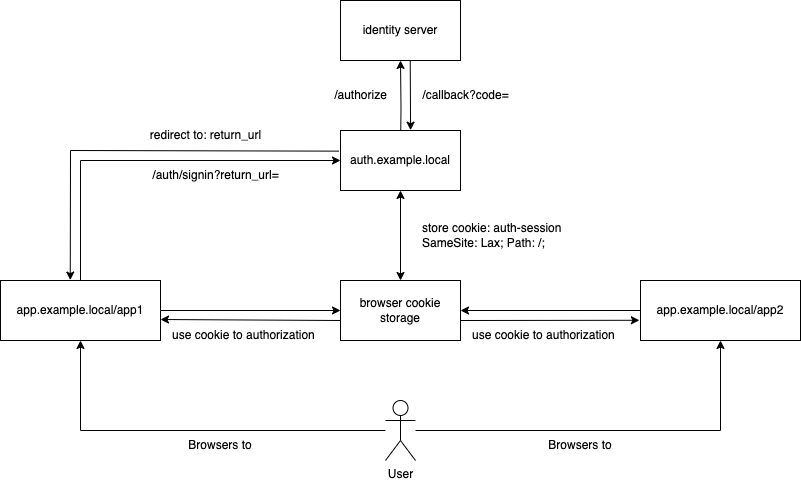
The draw.io diagram docs/authentication.drawio.png in quochuydev/next-multiple-oidc-sessions, before a commit. Source tidied: cells renumbered, new cells last; positions are measured from the earlier drawing's top-left corner, leaving out a move shared by most shapes. Its diagram source:
```xml
<mxGraphModel>
  <root>
    <mxCell id="0" />
    <mxCell id="1" parent="0" />
    <mxCell id="2" value="app.example.local/app2" style="rounded=0;whiteSpace=wrap;html=1;" parent="1" vertex="1">
      <mxGeometry x="640" y="280" width="160" height="60" as="geometry" />
    </mxCell>
    <mxCell id="3" style="edgeStyle=orthogonalEdgeStyle;rounded=0;jettySize=auto;html=1;entryX=0.5;entryY=1;entryDx=0;entryDy=0;" parent="1" edge="1" target="4">
      <mxGeometry relative="1" as="geometry">
        <mxPoint x="400" y="155" as="sourcePoint" />
      </mxGeometry>
    </mxCell>
    <mxCell id="4" value="identity server" style="rounded=0;whiteSpace=wrap;html=1;" parent="1" vertex="1">
      <mxGeometry x="340" width="120" height="60" as="geometry" />
    </mxCell>
    <mxCell id="5" value="redirect to: return_url" style="text;html=1;align=center;verticalAlign=middle;strokeColor=none;fillColor=none;" parent="1" vertex="1">
      <mxGeometry x="140" y="120" width="130" height="30" as="geometry" />
    </mxCell>
    <mxCell id="6" value="/authorize" style="text;html=1;align=center;verticalAlign=middle;strokeColor=none;fillColor=none;" parent="1" vertex="1">
      <mxGeometry x="320" y="80" width="80" height="30" as="geometry" />
    </mxCell>
    <mxCell id="7" style="edgeStyle=orthogonalEdgeStyle;rounded=0;jettySize=auto;html=1;entryX=0.5;entryY=1;entryDx=0;entryDy=0;" parent="1" edge="1" source="9" target="16">
      <mxGeometry relative="1" as="geometry" />
    </mxCell>
    <mxCell id="8" style="edgeStyle=orthogonalEdgeStyle;rounded=0;jettySize=auto;html=1;entryX=0.5;entryY=1;entryDx=0;entryDy=0;" parent="1" edge="1" source="9" target="2">
      <mxGeometry relative="1" as="geometry" />
    </mxCell>
    <mxCell id="9" value="User" style="shape=umlActor;verticalLabelPosition=bottom;verticalAlign=top;html=1;outlineConnect=0;" parent="1" vertex="1">
      <mxGeometry x="385" y="400" width="30" height="60" as="geometry" />
    </mxCell>
    <mxCell id="10" value="/callback?code=" style="text;html=1;align=center;verticalAlign=middle;strokeColor=none;fillColor=none;" parent="1" vertex="1">
      <mxGeometry x="410" y="80" width="110" height="30" as="geometry" />
    </mxCell>
    <mxCell id="11" value="store cookie: auth-session&lt;br&gt;SameSite: Lax; Path: /;" style="text;html=1;align=left;verticalAlign=middle;strokeColor=none;fillColor=none;" parent="1" vertex="1">
      <mxGeometry x="420" y="215" width="160" height="40" as="geometry" />
    </mxCell>
    <mxCell id="12" style="endArrow=classic;html=1;rounded=0;entryX=0.584;entryY=-0.005;entryDx=0;entryDy=0;entryPerimeter=0;exitX=0.581;exitY=0.992;exitDx=0;exitDy=0;exitPerimeter=0;" parent="1" edge="1" source="4" target="14">
      <mxGeometry relative="1" as="geometry" />
    </mxCell>
    <mxCell id="13" value="browser cookie storage" style="rounded=0;whiteSpace=wrap;html=1;" parent="1" vertex="1">
      <mxGeometry x="340" y="280" width="120" height="60" as="geometry" />
    </mxCell>
    <mxCell id="14" value="auth.example.local" style="rounded=0;whiteSpace=wrap;html=1;" parent="1" vertex="1">
      <mxGeometry x="340" y="130" width="120" height="60" as="geometry" />
    </mxCell>
    <mxCell id="15" style="endArrow=classic;html=1;rounded=0;exitX=-0.014;exitY=0.344;exitDx=0;exitDy=0;exitPerimeter=0;entryX=0.436;entryY=-0.007;entryDx=0;entryDy=0;entryPerimeter=0;" parent="1" edge="1" source="14" target="16">
      <mxGeometry relative="1" as="geometry">
        <Array as="points">
          <mxPoint x="70" y="150" />
        </Array>
      </mxGeometry>
    </mxCell>
    <mxCell id="16" value="app.example.local/app1" style="rounded=0;whiteSpace=wrap;html=1;" parent="1" vertex="1">
      <mxGeometry y="280" width="160" height="60" as="geometry" />
    </mxCell>
    <mxCell id="17" style="endArrow=classic;html=1;rounded=0;exitX=0.5;exitY=0;exitDx=0;exitDy=0;entryX=0;entryY=0.5;entryDx=0;entryDy=0;" parent="1" edge="1" source="16" target="14">
      <mxGeometry relative="1" as="geometry">
        <Array as="points">
          <mxPoint x="80" y="160" />
        </Array>
      </mxGeometry>
    </mxCell>
    <mxCell id="18" style="endArrow=classic;startArrow=classic;html=1;rounded=0;entryX=0.5;entryY=1;entryDx=0;entryDy=0;exitX=0.5;exitY=0;exitDx=0;exitDy=0;" parent="1" edge="1" source="13" target="14">
      <mxGeometry relative="1" as="geometry" />
    </mxCell>
    <mxCell id="19" style="endArrow=classic;html=1;rounded=0;entryX=0;entryY=0.5;entryDx=0;entryDy=0;exitX=1;exitY=0.5;exitDx=0;exitDy=0;" parent="1" edge="1" source="16" target="13">
      <mxGeometry relative="1" as="geometry" />
    </mxCell>
    <mxCell id="20" style="endArrow=classic;html=1;rounded=0;entryX=1;entryY=0.5;entryDx=0;entryDy=0;exitX=0;exitY=0.5;exitDx=0;exitDy=0;" parent="1" edge="1" source="2" target="13">
      <mxGeometry relative="1" as="geometry" />
    </mxCell>
    <mxCell id="21" value="/auth/signin?return_url=" style="text;html=1;align=center;verticalAlign=middle;strokeColor=none;fillColor=none;" parent="1" vertex="1">
      <mxGeometry x="140" y="160" width="150" height="30" as="geometry" />
    </mxCell>
    <mxCell id="22" value="Browsers to" style="text;html=1;align=center;verticalAlign=middle;whiteSpace=wrap;rounded=0;" parent="1" vertex="1">
      <mxGeometry x="180" y="430" width="80" height="30" as="geometry" />
    </mxCell>
    <mxCell id="23" value="use cookie&amp;nbsp;&lt;span style=&quot;background-color: initial;&quot;&gt;to authorization&lt;/span&gt;" style="text;html=1;align=left;verticalAlign=middle;strokeColor=none;fillColor=none;" parent="1" vertex="1">
      <mxGeometry x="170" y="320" width="170" height="30" as="geometry" />
    </mxCell>
    <mxCell id="24" style="endArrow=classic;html=1;rounded=0;exitX=1;exitY=0.5;exitDx=0;exitDy=0;" parent="1" edge="1">
      <mxGeometry relative="1" as="geometry">
        <mxPoint x="340" y="320" as="sourcePoint" />
        <mxPoint x="160" y="319" as="targetPoint" />
      </mxGeometry>
    </mxCell>
    <mxCell id="25" style="endArrow=classic;html=1;rounded=0;entryX=-0.007;entryY=0.663;entryDx=0;entryDy=0;exitX=1;exitY=0.5;exitDx=0;exitDy=0;entryPerimeter=0;" parent="1" edge="1" target="2">
      <mxGeometry relative="1" as="geometry">
        <mxPoint x="460" y="320" as="sourcePoint" />
      </mxGeometry>
    </mxCell>
    <mxCell id="26" value="use cookie&amp;nbsp;&lt;span style=&quot;background-color: initial;&quot;&gt;to authorization&lt;/span&gt;" style="text;html=1;align=left;verticalAlign=middle;strokeColor=none;fillColor=none;" parent="1" vertex="1">
      <mxGeometry x="470" y="320" width="170" height="30" as="geometry" />
    </mxCell>
    <mxCell id="27" value="Browsers to" style="text;html=1;align=center;verticalAlign=middle;whiteSpace=wrap;rounded=0;" parent="1" vertex="1">
      <mxGeometry x="540" y="430" width="80" height="30" as="geometry" />
    </mxCell>
  </root>
</mxGraphModel>
```
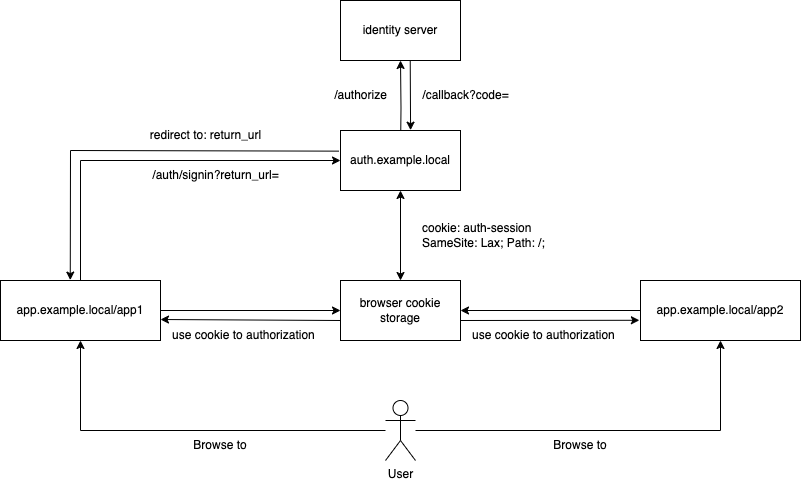
After the commit.

Diff of the diagram source:
```diff
@@ -31,8 +31,8 @@
     <mxCell id="10" value="/callback?code=" style="text;html=1;align=center;verticalAlign=middle;strokeColor=none;fillColor=none;" parent="1" vertex="1">
       <mxGeometry x="410" y="80" width="110" height="30" as="geometry" />
     </mxCell>
-    <mxCell id="11" value="store cookie: auth-session&lt;br&gt;SameSite: Lax; Path: /;" style="text;html=1;align=left;verticalAlign=middle;strokeColor=none;fillColor=none;" parent="1" vertex="1">
-      <mxGeometry x="420" y="215" width="160" height="40" as="geometry" />
+    <mxCell id="11" value="cookie: auth-session&lt;br&gt;SameSite: Lax; Path: /;" style="text;html=1;align=left;verticalAlign=middle;strokeColor=none;fillColor=none;" parent="1" vertex="1">
+      <mxGeometry x="420" y="215" width="150" height="40" as="geometry" />
     </mxCell>
     <mxCell id="12" style="endArrow=classic;html=1;rounded=0;entryX=0.584;entryY=-0.005;entryDx=0;entryDy=0;entryPerimeter=0;exitX=0.581;exitY=0.992;exitDx=0;exitDy=0;exitPerimeter=0;" parent="1" edge="1" source="4" target="14">
       <mxGeometry relative="1" as="geometry" />
@@ -72,7 +72,7 @@
     <mxCell id="21" value="/auth/signin?return_url=" style="text;html=1;align=center;verticalAlign=middle;strokeColor=none;fillColor=none;" parent="1" vertex="1">
       <mxGeometry x="140" y="160" width="150" height="30" as="geometry" />
     </mxCell>
-    <mxCell id="22" value="Browsers to" style="text;html=1;align=center;verticalAlign=middle;whiteSpace=wrap;rounded=0;" parent="1" vertex="1">
+    <mxCell id="22" value="Browse to" style="text;html=1;align=center;verticalAlign=middle;whiteSpace=wrap;rounded=0;" parent="1" vertex="1">
       <mxGeometry x="180" y="430" width="80" height="30" as="geometry" />
     </mxCell>
     <mxCell id="23" value="use cookie&amp;nbsp;&lt;span style=&quot;background-color: initial;&quot;&gt;to authorization&lt;/span&gt;" style="text;html=1;align=left;verticalAlign=middle;strokeColor=none;fillColor=none;" parent="1" vertex="1">
@@ -92,7 +92,7 @@
     <mxCell id="26" value="use cookie&amp;nbsp;&lt;span style=&quot;background-color: initial;&quot;&gt;to authorization&lt;/span&gt;" style="text;html=1;align=left;verticalAlign=middle;strokeColor=none;fillColor=none;" parent="1" vertex="1">
       <mxGeometry x="470" y="320" width="170" height="30" as="geometry" />
     </mxCell>
-    <mxCell id="27" value="Browsers to" style="text;html=1;align=center;verticalAlign=middle;whiteSpace=wrap;rounded=0;" parent="1" vertex="1">
+    <mxCell id="27" value="Browse to" style="text;html=1;align=center;verticalAlign=middle;whiteSpace=wrap;rounded=0;" parent="1" vertex="1">
       <mxGeometry x="540" y="430" width="80" height="30" as="geometry" />
     </mxCell>
   </root>
```
